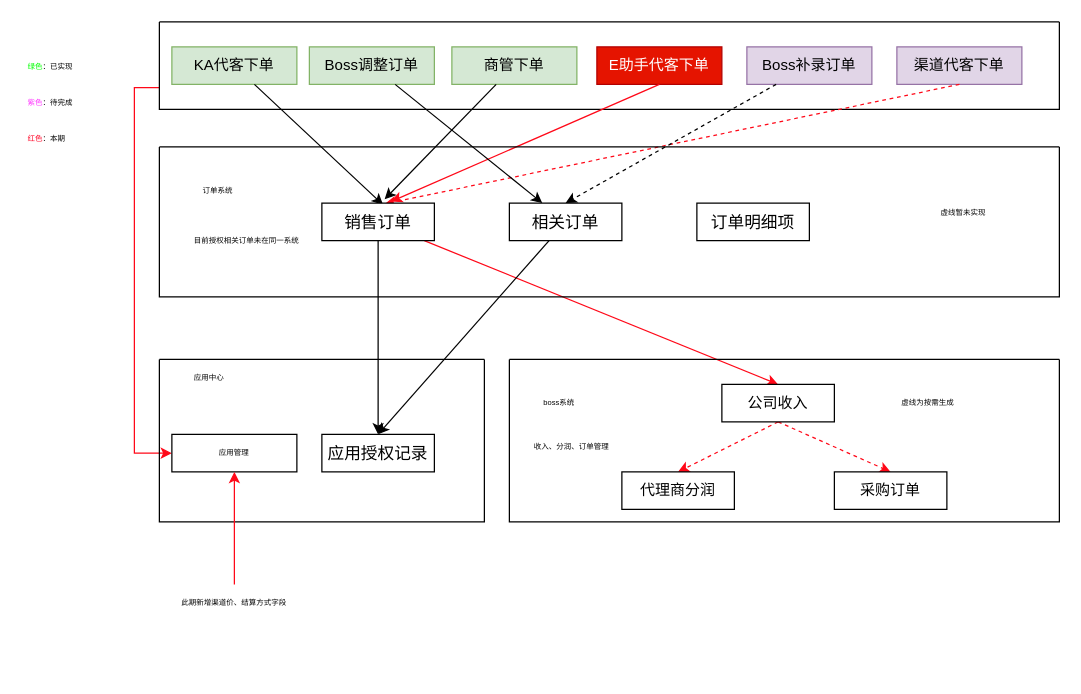
Above: 233代客下单总.drawio in duoduoCain/blog (draw.io), before the change. Source tidied: cells renumbered, new cells numbered last; positions are measured from the earlier drawing's top-left corner, leaving out a move shared by most shapes. Both pictures are drawn from the tidied source at 125%, with x=0, y=0 at pixel (21, 21).
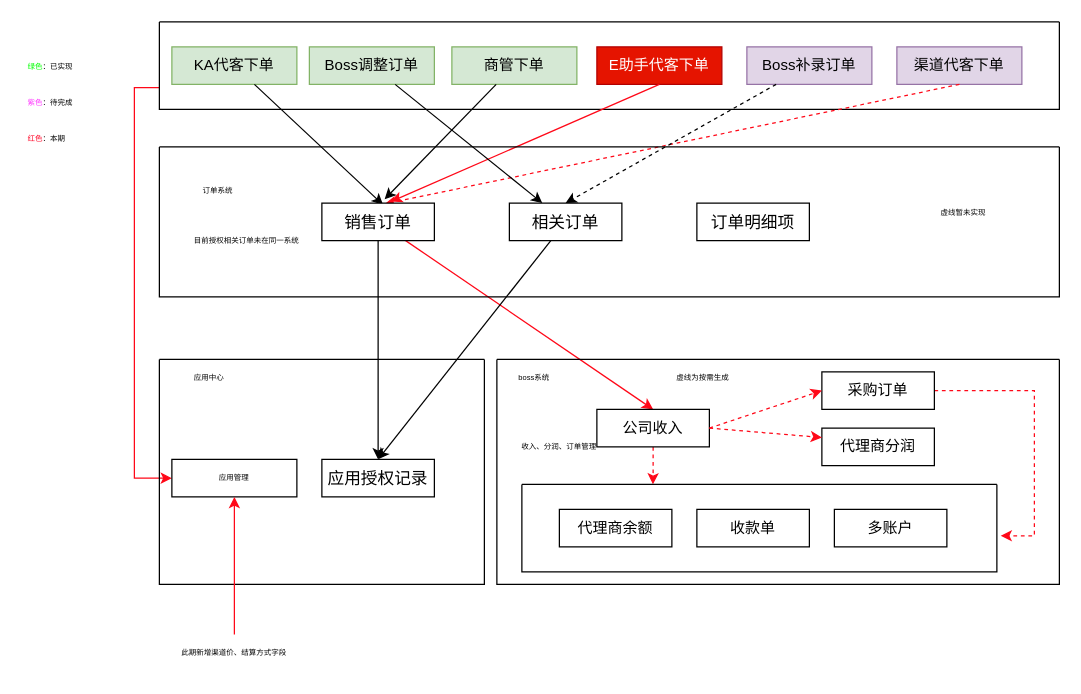
The same page after the edit.

Commit message (it also covers changes not shown here):
更新233代客下单总.drawio

Change to the diagram source:
```diff
@@
-    <mxCell id="13" style="edgeStyle=none;rounded=0;jettySize=auto;html=1;entryX=0.5;entryY=0;entryDx=0;entryDy=0;fontSize=6;fontColor=#FF0829;exitX=0.5;exitY=1;exitDx=0;exitDy=0;shadow=0;dashed=1;strokeColor=#FF0818;" parent="1" edge="1" source="15" target="16">
-      <mxGeometry relative="1" as="geometry" />
-    </mxCell>
-    <mxCell id="14" style="edgeStyle=none;rounded=0;jettySize=auto;html=1;entryX=0.5;entryY=0;entryDx=0;entryDy=0;fontSize=6;fontColor=#FF0829;exitX=0.5;exitY=1;exitDx=0;exitDy=0;shadow=0;dashed=1;strokeColor=#FF0818;" parent="1" edge="1" source="15" target="17">
-      <mxGeometry relative="1" as="geometry" />
-    </mxCell>
-    <mxCell id="15" value="公司收入" style="rounded=0;whiteSpace=wrap;html=1;" parent="1" vertex="1">
-      <mxGeometry x="560" y="290" width="90" height="30" as="geometry" />
-    </mxCell>
-    <mxCell id="16" value="代理商分润" style="rounded=0;whiteSpace=wrap;html=1;" parent="1" vertex="1">
-      <mxGeometry x="480" y="360" width="90" height="30" as="geometry" />
-    </mxCell>
-    <mxCell id="17" value="采购订单" style="rounded=0;whiteSpace=wrap;html=1;" parent="1" vertex="1">
-      <mxGeometry x="650" y="360" width="90" height="30" as="geometry" />
-    </mxCell>
@@
     <mxCell id="32" style="swimlane;startSize=0;fontSize=6;fontColor=#050505;" parent="1" vertex="1">
-      <mxGeometry x="110" y="270" width="260" height="130" as="geometry" />
+      <mxGeometry x="110" y="270" width="260" height="180" as="geometry" />
     </mxCell>
     <mxCell id="33" value="&lt;span style=&quot;font-size: 13.3333px;&quot;&gt;应用授权记录&lt;/span&gt;" style="rounded=0;whiteSpace=wrap;html=1;" parent="32" vertex="1">
-      <mxGeometry x="130" y="60" width="90" height="30" as="geometry" />
+      <mxGeometry x="130" y="80" width="90" height="30" as="geometry" />
     </mxCell>
@@
     <mxCell id="35" value="应用管理" style="rounded=0;whiteSpace=wrap;html=1;fontSize=6;fontColor=#050505;" parent="32" vertex="1">
-      <mxGeometry x="10" y="60" width="100" height="30" as="geometry" />
+      <mxGeometry x="10" y="80" width="100" height="30" as="geometry" />
     </mxCell>
     <mxCell id="36" style="swimlane;startSize=0;fontSize=6;fontColor=#050505;" parent="1" vertex="1">
-      <mxGeometry x="390" y="270" width="440" height="130" as="geometry" />
+      <mxGeometry x="380" y="270" width="450" height="180" as="geometry" />
     </mxCell>
     <mxCell id="37" value="boss系统" style="text;html=1;strokeColor=none;fillColor=none;align=center;verticalAlign=middle;whiteSpace=wrap;rounded=0;fontSize=6;fontColor=#050505;" parent="36" vertex="1">
-      <mxGeometry x="10" y="20" width="60" height="30" as="geometry" />
+      <mxGeometry width="60" height="30" as="geometry" />
     </mxCell>
@@
+    <mxCell id="42" style="edgeStyle=orthogonalEdgeStyle;rounded=0;sketch=0;jettySize=auto;html=1;entryX=0.276;entryY=0;entryDx=0;entryDy=0;entryPerimeter=0;shadow=0;strokeColor=#FF0818;fontSize=6;fontColor=#050505;dashed=1;" parent="36" edge="1" source="15" target="47">
+      <mxGeometry relative="1" as="geometry" />
+    </mxCell>
+    <mxCell id="15" value="公司收入" style="rounded=0;whiteSpace=wrap;html=1;" parent="36" vertex="1">
+      <mxGeometry x="80" y="40" width="90" height="30" as="geometry" />
+    </mxCell>
+    <mxCell id="43" style="edgeStyle=orthogonalEdgeStyle;rounded=0;sketch=0;jettySize=auto;html=1;exitX=1;exitY=0.5;exitDx=0;exitDy=0;entryX=1.008;entryY=0.588;entryDx=0;entryDy=0;entryPerimeter=0;shadow=0;strokeColor=#FF0818;fontSize=6;fontColor=#050505;dashed=1;" parent="36" edge="1" source="17" target="47">
+      <mxGeometry relative="1" as="geometry">
+        <Array as="points">
+          <mxPoint x="430" y="25" />
+          <mxPoint x="430" y="141" />
+        </Array>
+      </mxGeometry>
+    </mxCell>
+    <mxCell id="17" value="采购订单" style="rounded=0;whiteSpace=wrap;html=1;" parent="36" vertex="1">
+      <mxGeometry x="260" y="10" width="90" height="30" as="geometry" />
+    </mxCell>
+    <mxCell id="14" style="edgeStyle=none;rounded=0;jettySize=auto;html=1;entryX=0;entryY=0.5;entryDx=0;entryDy=0;fontSize=6;fontColor=#FF0829;exitX=1;exitY=0.5;exitDx=0;exitDy=0;shadow=0;dashed=1;strokeColor=#FF0818;" parent="36" edge="1" source="15" target="17">
+      <mxGeometry relative="1" as="geometry" />
+    </mxCell>
+    <mxCell id="16" value="代理商分润" style="rounded=0;whiteSpace=wrap;html=1;" parent="36" vertex="1">
+      <mxGeometry x="260" y="55" width="90" height="30" as="geometry" />
+    </mxCell>
+    <mxCell id="13" style="edgeStyle=none;rounded=0;jettySize=auto;html=1;entryX=0;entryY=0.25;entryDx=0;entryDy=0;fontSize=6;fontColor=#FF0829;exitX=1;exitY=0.5;exitDx=0;exitDy=0;shadow=0;dashed=1;strokeColor=#FF0818;" parent="36" edge="1" source="15" target="16">
+      <mxGeometry relative="1" as="geometry" />
+    </mxCell>
+    <mxCell id="44" value="代理商余额" style="rounded=0;whiteSpace=wrap;html=1;" parent="36" vertex="1">
+      <mxGeometry x="50" y="120" width="90" height="30" as="geometry" />
+    </mxCell>
+    <mxCell id="45" value="收款单" style="rounded=0;whiteSpace=wrap;html=1;" parent="36" vertex="1">
+      <mxGeometry x="160" y="120" width="90" height="30" as="geometry" />
+    </mxCell>
+    <mxCell id="46" value="多账户" style="rounded=0;whiteSpace=wrap;html=1;" parent="36" vertex="1">
+      <mxGeometry x="270" y="120" width="90" height="30" as="geometry" />
+    </mxCell>
+    <mxCell id="47" style="swimlane;startSize=0;fontSize=6;fontColor=#050505;" parent="36" vertex="1">
+      <mxGeometry x="20" y="100" width="380" height="70" as="geometry" />
+    </mxCell>
     <mxCell id="39" value="虚线为按需生成" style="text;html=1;strokeColor=none;fillColor=none;align=center;verticalAlign=middle;whiteSpace=wrap;rounded=0;fontSize=6;fontColor=#050505;" parent="36" vertex="1">
-      <mxGeometry x="270" y="20" width="130" height="30" as="geometry" />
+      <mxGeometry x="100" width="130" height="30" as="geometry" />
     </mxCell>
@@
     <mxCell id="41" value="此期新增渠道价、结算方式字段" style="text;html=1;strokeColor=none;fillColor=none;align=center;verticalAlign=middle;whiteSpace=wrap;rounded=0;fontSize=6;fontColor=#050505;" parent="1" vertex="1">
-      <mxGeometry x="80" y="450" width="180" height="30" as="geometry" />
+      <mxGeometry x="80" y="490" width="180" height="30" as="geometry" />
     </mxCell>
```
